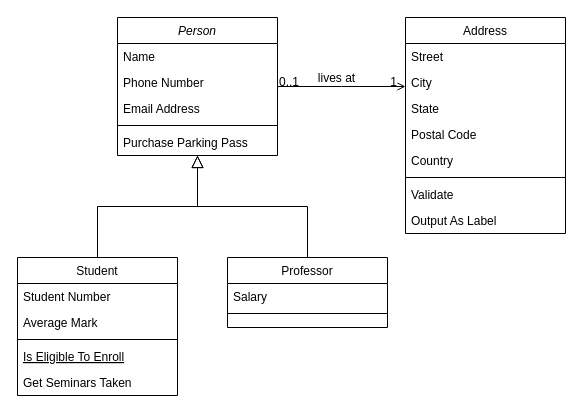
Before: Untitled Diagram.drawio in oprylord/CSC307-Receipt-App, a draw.io diagram. Source tidied: cells renumbered, new cells numbered last; positions are measured from the earlier drawing's top-left corner, leaving out a move shared by most shapes. Both pictures are drawn from the tidied source at 100%, with x=0, y=0 at pixel (17, 17).
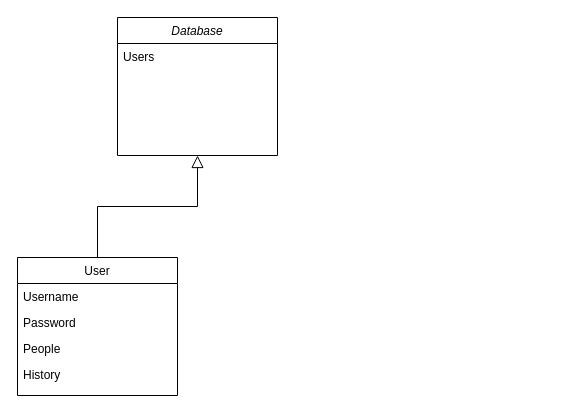
The same page after the edit.

What changed in the source:
```diff
@@
-    <mxCell id="2" value="Person" style="swimlane;fontStyle=2;align=center;verticalAlign=top;horizontal=1;startSize=26;rounded=0;shadow=0;strokeWidth=1;" parent="1" vertex="1">
+    <mxCell id="2" value="Database" style="swimlane;fontStyle=2;align=center;verticalAlign=top;horizontal=1;startSize=26;rounded=0;shadow=0;strokeWidth=1;" parent="1" vertex="1">
       <mxGeometry x="100" width="160" height="138" as="geometry" />
     </mxCell>
-    <mxCell id="3" value="Name" style="text;align=left;verticalAlign=top;spacingLeft=4;spacingRight=4;overflow=hidden;" parent="2" vertex="1">
+    <mxCell id="3" value="Users" style="text;align=left;verticalAlign=top;spacingLeft=4;spacingRight=4;overflow=hidden;" parent="2" vertex="1">
       <mxGeometry y="26" width="160" height="26" as="geometry" />
     </mxCell>
-    <mxCell id="4" value="Phone Number" style="text;align=left;verticalAlign=top;spacingLeft=4;spacingRight=4;overflow=hidden;rounded=0;shadow=0;html=0;" parent="2" vertex="1">
-      <mxGeometry y="52" width="160" height="26" as="geometry" />
-    </mxCell>
-    <mxCell id="5" value="Email Address" style="text;align=left;verticalAlign=top;spacingLeft=4;spacingRight=4;overflow=hidden;rounded=0;shadow=0;html=0;" parent="2" vertex="1">
-      <mxGeometry y="78" width="160" height="26" as="geometry" />
-    </mxCell>
-    <mxCell id="6" style="line;html=1;strokeWidth=1;align=left;verticalAlign=middle;spacingTop=-1;spacingLeft=3;spacingRight=3;labelPosition=right;" parent="2" vertex="1">
-      <mxGeometry y="104" width="160" height="8" as="geometry" />
-    </mxCell>
-    <mxCell id="7" value="Purchase Parking Pass" style="text;align=left;verticalAlign=top;spacingLeft=4;spacingRight=4;overflow=hidden;" parent="2" vertex="1">
-      <mxGeometry y="112" width="160" height="26" as="geometry" />
-    </mxCell>
-    <mxCell id="8" value="Student" style="swimlane;fontStyle=0;align=center;verticalAlign=top;horizontal=1;startSize=26;rounded=0;shadow=0;strokeWidth=1;" parent="1" vertex="1">
+    <mxCell id="8" value="User" style="swimlane;fontStyle=0;align=center;verticalAlign=top;horizontal=1;startSize=26;rounded=0;shadow=0;strokeWidth=1;" parent="1" vertex="1">
       <mxGeometry y="240" width="160" height="138" as="geometry" />
     </mxCell>
-    <mxCell id="9" value="Student Number" style="text;align=left;verticalAlign=top;spacingLeft=4;spacingRight=4;overflow=hidden;" parent="8" vertex="1">
+    <mxCell id="9" value="Username" style="text;align=left;verticalAlign=top;spacingLeft=4;spacingRight=4;overflow=hidden;" parent="8" vertex="1">
       <mxGeometry y="26" width="160" height="26" as="geometry" />
     </mxCell>
-    <mxCell id="10" value="Average Mark" style="text;align=left;verticalAlign=top;spacingLeft=4;spacingRight=4;overflow=hidden;rounded=0;shadow=0;html=0;" parent="8" vertex="1">
+    <mxCell id="10" value="Password" style="text;align=left;verticalAlign=top;spacingLeft=4;spacingRight=4;overflow=hidden;rounded=0;shadow=0;html=0;" parent="8" vertex="1">
       <mxGeometry y="52" width="160" height="26" as="geometry" />
     </mxCell>
-    <mxCell id="11" style="line;html=1;strokeWidth=1;align=left;verticalAlign=middle;spacingTop=-1;spacingLeft=3;spacingRight=3;labelPosition=right;" parent="8" vertex="1">
-      <mxGeometry y="78" width="160" height="8" as="geometry" />
-    </mxCell>
-    <mxCell id="12" value="Is Eligible To Enroll" style="text;align=left;verticalAlign=top;spacingLeft=4;spacingRight=4;overflow=hidden;fontStyle=4;" parent="8" vertex="1">
-      <mxGeometry y="86" width="160" height="26" as="geometry" />
+    <mxCell id="12" value="People" style="text;align=left;verticalAlign=top;spacingLeft=4;spacingRight=4;overflow=hidden;fontStyle=0;" parent="8" vertex="1">
+      <mxGeometry y="78" width="160" height="26" as="geometry" />
     </mxCell>
-    <mxCell id="13" value="Get Seminars Taken" style="text;align=left;verticalAlign=top;spacingLeft=4;spacingRight=4;overflow=hidden;" parent="8" vertex="1">
-      <mxGeometry y="112" width="160" height="26" as="geometry" />
+    <mxCell id="13" value="History" style="text;align=left;verticalAlign=top;spacingLeft=4;spacingRight=4;overflow=hidden;" parent="8" vertex="1">
+      <mxGeometry y="104" width="160" height="26" as="geometry" />
     </mxCell>
@@
-    <mxCell id="15" value="Professor" style="swimlane;fontStyle=0;align=center;verticalAlign=top;horizontal=1;startSize=26;rounded=0;shadow=0;strokeWidth=1;" parent="1" vertex="1">
-      <mxGeometry x="210" y="240" width="160" height="70" as="geometry" />
-    </mxCell>
-    <mxCell id="16" value="Salary" style="text;align=left;verticalAlign=top;spacingLeft=4;spacingRight=4;overflow=hidden;" parent="15" vertex="1">
-      <mxGeometry y="26" width="160" height="26" as="geometry" />
-    </mxCell>
-    <mxCell id="17" style="line;html=1;strokeWidth=1;align=left;verticalAlign=middle;spacingTop=-1;spacingLeft=3;spacingRight=3;labelPosition=right;" parent="15" vertex="1">
-      <mxGeometry y="52" width="160" height="8" as="geometry" />
-    </mxCell>
-    <mxCell id="18" style="endArrow=block;endSize=10;endFill=0;shadow=0;strokeWidth=1;rounded=0;edgeStyle=elbowEdgeStyle;elbow=vertical;" parent="1" edge="1" source="15" target="2">
-      <mxGeometry relative="1" as="geometry" />
-    </mxCell>
-    <mxCell id="19" value="Address" style="swimlane;fontStyle=0;align=center;verticalAlign=top;horizontal=1;startSize=26;rounded=0;shadow=0;strokeWidth=1;" parent="1" vertex="1">
-      <mxGeometry x="388" width="160" height="216" as="geometry" />
-    </mxCell>
-    <mxCell id="20" value="Street" style="text;align=left;verticalAlign=top;spacingLeft=4;spacingRight=4;overflow=hidden;" parent="19" vertex="1">
-      <mxGeometry y="26" width="160" height="26" as="geometry" />
-    </mxCell>
-    <mxCell id="21" value="City" style="text;align=left;verticalAlign=top;spacingLeft=4;spacingRight=4;overflow=hidden;rounded=0;shadow=0;html=0;" parent="19" vertex="1">
-      <mxGeometry y="52" width="160" height="26" as="geometry" />
-    </mxCell>
-    <mxCell id="22" value="State" style="text;align=left;verticalAlign=top;spacingLeft=4;spacingRight=4;overflow=hidden;rounded=0;shadow=0;html=0;" parent="19" vertex="1">
-      <mxGeometry y="78" width="160" height="26" as="geometry" />
-    </mxCell>
-    <mxCell id="23" value="Postal Code" style="text;align=left;verticalAlign=top;spacingLeft=4;spacingRight=4;overflow=hidden;rounded=0;shadow=0;html=0;" parent="19" vertex="1">
-      <mxGeometry y="104" width="160" height="26" as="geometry" />
-    </mxCell>
-    <mxCell id="24" value="Country" style="text;align=left;verticalAlign=top;spacingLeft=4;spacingRight=4;overflow=hidden;rounded=0;shadow=0;html=0;" parent="19" vertex="1">
-      <mxGeometry y="130" width="160" height="26" as="geometry" />
-    </mxCell>
-    <mxCell id="25" style="line;html=1;strokeWidth=1;align=left;verticalAlign=middle;spacingTop=-1;spacingLeft=3;spacingRight=3;labelPosition=right;" parent="19" vertex="1">
-      <mxGeometry y="156" width="160" height="8" as="geometry" />
-    </mxCell>
-    <mxCell id="26" value="Validate" style="text;align=left;verticalAlign=top;spacingLeft=4;spacingRight=4;overflow=hidden;" parent="19" vertex="1">
-      <mxGeometry y="164" width="160" height="26" as="geometry" />
-    </mxCell>
-    <mxCell id="27" value="Output As Label" style="text;align=left;verticalAlign=top;spacingLeft=4;spacingRight=4;overflow=hidden;" parent="19" vertex="1">
-      <mxGeometry y="190" width="160" height="26" as="geometry" />
-    </mxCell>
-    <mxCell id="28" style="endArrow=open;shadow=0;strokeWidth=1;rounded=0;endFill=1;edgeStyle=elbowEdgeStyle;elbow=vertical;" parent="1" edge="1" source="2" target="19">
-      <mxGeometry x="0.5" y="41" relative="1" as="geometry">
-        <mxPoint x="-40" y="32" as="offset" />
-      </mxGeometry>
-    </mxCell>
-    <mxCell id="29" value="0..1" style="align=left;verticalAlign=bottom;labelBackgroundColor=none;fontSize=12;" parent="28" vertex="1">
-      <mxGeometry x="-1" relative="1" as="geometry">
-        <mxPoint y="4" as="offset" />
-      </mxGeometry>
-    </mxCell>
-    <mxCell id="30" value="1" style="align=right;verticalAlign=bottom;labelBackgroundColor=none;fontSize=12;" parent="28" vertex="1">
-      <mxGeometry x="1" relative="1" as="geometry">
-        <mxPoint x="-7" y="4" as="offset" />
-      </mxGeometry>
-    </mxCell>
-    <mxCell id="31" value="lives at" style="text;html=1;align=center;verticalAlign=middle;labelBackgroundColor=none;rounded=0;shadow=0;strokeWidth=1;fontSize=12;" parent="28" vertex="1">
-      <mxGeometry x="0.5" y="49" relative="1" as="geometry">
-        <mxPoint x="-38" y="40" as="offset" />
-      </mxGeometry>
-    </mxCell>
```
